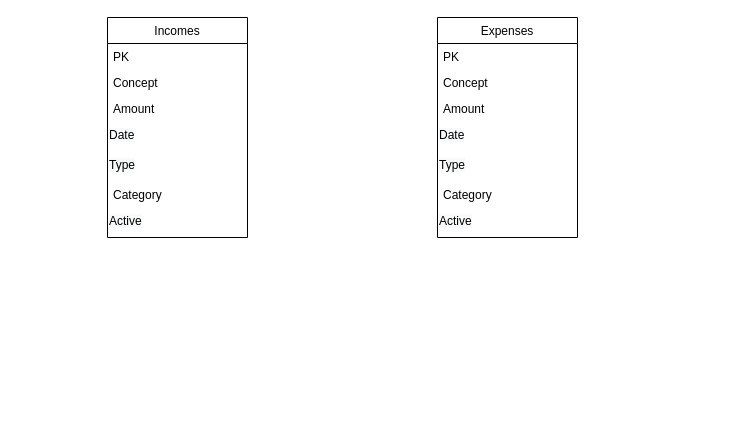
Before: database/diagrams/incExp.drawio in verteramofederico/personalBudgetApp_nodeSql, a draw.io diagram. Source tidied: cells renumbered, new cells numbered last; positions are measured from the earlier drawing's top-left corner, leaving out a move shared by most shapes. Both pictures are drawn from the tidied source at 100%, with x=0, y=0 at pixel (107, 17).
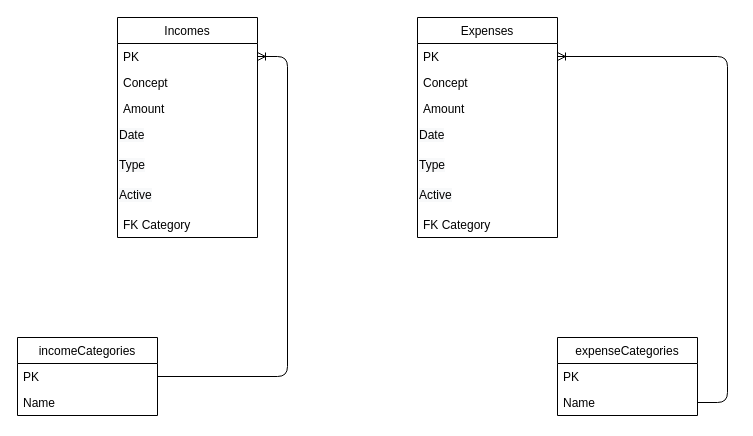
Above is the later version.

Commit message (it also covers changes not shown here):
database diagrams updated

Unchanged cells that the change refers to:
```xml
<mxCell id="3" value="PK" style="text;strokeColor=none;fillColor=none;align=left;verticalAlign=top;spacingLeft=4;spacingRight=4;overflow=hidden;points=[[0,0.5],[1,0.5]];portConstraint=eastwest;" parent="2" vertex="1">
  <mxGeometry y="26" width="140" height="26" as="geometry" />
</mxCell>
<mxCell id="11" value="PK" style="text;strokeColor=none;fillColor=none;align=left;verticalAlign=top;spacingLeft=4;spacingRight=4;overflow=hidden;points=[[0,0.5],[1,0.5]];portConstraint=eastwest;" parent="10" vertex="1">
  <mxGeometry y="26" width="140" height="26" as="geometry" />
</mxCell>
```

Change to the diagram source:
```diff
@@
     <mxCell id="2" value="Incomes" style="swimlane;fontStyle=0;horizontal=1;startSize=26;" parent="1" vertex="1">
-      <mxGeometry width="140" height="220" as="geometry" />
+      <mxGeometry x="10" width="140" height="220" as="geometry" />
     </mxCell>
@@
+    <mxCell id="9" value="&lt;span style=&quot;color: rgb(0 , 0 , 0) ; font-family: &amp;#34;helvetica&amp;#34; ; font-size: 12px ; font-style: normal ; font-weight: 400 ; letter-spacing: normal ; text-align: left ; text-indent: 0px ; text-transform: none ; word-spacing: 0px ; background-color: rgb(248 , 249 , 250) ; display: inline ; float: none&quot;&gt;Active&lt;/span&gt;" style="text;whiteSpace=wrap;html=1;" parent="2" vertex="1">
+      <mxGeometry y="164" width="140" height="30" as="geometry" />
+    </mxCell>
-    <mxCell id="8" value="Category" style="text;strokeColor=none;fillColor=none;align=left;verticalAlign=top;spacingLeft=4;spacingRight=4;overflow=hidden;" parent="2" vertex="1">
-      <mxGeometry y="164" width="140" height="26" as="geometry" />
+    <mxCell id="8" value="FK Category" style="text;strokeColor=none;fillColor=none;align=left;verticalAlign=top;spacingLeft=4;spacingRight=4;overflow=hidden;" parent="2" vertex="1">
+      <mxGeometry y="194" width="140" height="26" as="geometry" />
     </mxCell>
-    <mxCell id="9" value="&lt;span style=&quot;color: rgb(0 , 0 , 0) ; font-family: &amp;#34;helvetica&amp;#34; ; font-size: 12px ; font-style: normal ; font-weight: 400 ; letter-spacing: normal ; text-align: left ; text-indent: 0px ; text-transform: none ; word-spacing: 0px ; background-color: rgb(248 , 249 , 250) ; display: inline ; float: none&quot;&gt;Active&lt;/span&gt;" style="text;whiteSpace=wrap;html=1;" parent="2" vertex="1">
-      <mxGeometry y="190" width="140" height="30" as="geometry" />
-    </mxCell>
     <mxCell id="10" value="Expenses" style="swimlane;fontStyle=0;horizontal=1;startSize=26;" parent="1" vertex="1">
-      <mxGeometry x="330" width="140" height="220" as="geometry" />
+      <mxGeometry x="310" width="140" height="220" as="geometry" />
     </mxCell>
@@
+    <mxCell id="17" value="&lt;span style=&quot;color: rgb(0 , 0 , 0) ; font-family: &amp;#34;helvetica&amp;#34; ; font-size: 12px ; font-style: normal ; font-weight: 400 ; letter-spacing: normal ; text-align: left ; text-indent: 0px ; text-transform: none ; word-spacing: 0px ; background-color: rgb(248 , 249 , 250) ; display: inline ; float: none&quot;&gt;Active&lt;/span&gt;" style="text;whiteSpace=wrap;html=1;" parent="10" vertex="1">
+      <mxGeometry y="164" width="140" height="30" as="geometry" />
+    </mxCell>
-    <mxCell id="16" value="Category" style="text;strokeColor=none;fillColor=none;align=left;verticalAlign=top;spacingLeft=4;spacingRight=4;overflow=hidden;" parent="10" vertex="1">
-      <mxGeometry y="164" width="140" height="26" as="geometry" />
+    <mxCell id="16" value="FK Category" style="text;strokeColor=none;fillColor=none;align=left;verticalAlign=top;spacingLeft=4;spacingRight=4;overflow=hidden;" parent="10" vertex="1">
+      <mxGeometry y="194" width="140" height="26" as="geometry" />
     </mxCell>
-    <mxCell id="17" value="&lt;span style=&quot;color: rgb(0 , 0 , 0) ; font-family: &amp;#34;helvetica&amp;#34; ; font-size: 12px ; font-style: normal ; font-weight: 400 ; letter-spacing: normal ; text-align: left ; text-indent: 0px ; text-transform: none ; word-spacing: 0px ; background-color: rgb(248 , 249 , 250) ; display: inline ; float: none&quot;&gt;Active&lt;/span&gt;" style="text;whiteSpace=wrap;html=1;" parent="10" vertex="1">
-      <mxGeometry y="190" width="140" height="30" as="geometry" />
-    </mxCell>
+    <mxCell id="18" value="incomeCategories" style="swimlane;fontStyle=0;horizontal=1;startSize=26;" parent="1" vertex="1">
+      <mxGeometry x="-90" y="320" width="140" height="78" as="geometry" />
+    </mxCell>
+    <mxCell id="19" value="PK" style="text;strokeColor=none;fillColor=none;align=left;verticalAlign=top;spacingLeft=4;spacingRight=4;overflow=hidden;points=[[0,0.5],[1,0.5]];portConstraint=eastwest;" parent="18" vertex="1">
+      <mxGeometry y="26" width="140" height="26" as="geometry" />
+    </mxCell>
+    <mxCell id="20" value="Name" style="text;strokeColor=none;fillColor=none;align=left;verticalAlign=top;spacingLeft=4;spacingRight=4;overflow=hidden;" parent="18" vertex="1">
+      <mxGeometry y="52" width="140" height="26" as="geometry" />
+    </mxCell>
+    <mxCell id="21" value="expenseCategories" style="swimlane;fontStyle=0;horizontal=1;startSize=26;" parent="1" vertex="1">
+      <mxGeometry x="450" y="320" width="140" height="78" as="geometry" />
+    </mxCell>
+    <mxCell id="22" value="PK" style="text;strokeColor=none;fillColor=none;align=left;verticalAlign=top;spacingLeft=4;spacingRight=4;overflow=hidden;" parent="21" vertex="1">
+      <mxGeometry y="26" width="140" height="26" as="geometry" />
+    </mxCell>
+    <mxCell id="23" value="Name" style="text;strokeColor=none;fillColor=none;align=left;verticalAlign=top;spacingLeft=4;spacingRight=4;overflow=hidden;" parent="21" vertex="1">
+      <mxGeometry y="52" width="140" height="26" as="geometry" />
+    </mxCell>
+    <mxCell id="24" style="edgeStyle=entityRelationEdgeStyle;fontSize=12;html=1;endArrow=ERoneToMany;" parent="1" edge="1" source="19" target="3">
+      <mxGeometry relative="1" as="geometry" />
+    </mxCell>
+    <mxCell id="25" style="edgeStyle=entityRelationEdgeStyle;fontSize=12;html=1;endArrow=ERoneToMany;" parent="1" edge="1" target="11">
+      <mxGeometry relative="1" as="geometry">
+        <mxPoint x="590" y="385" as="sourcePoint" />
+      </mxGeometry>
+    </mxCell>
```
